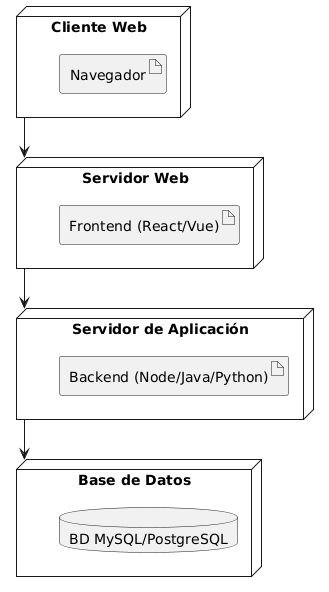
Earlier version of the PlantUML export Producto/Diagramas/Diagrama_despliegue.png (Inaryuta/Proyecto-Final-FIS). Source of this version:
```plantuml
@startuml
node "Cliente Web" {
    artifact "Navegador"
}

node "Servidor Web" {
    artifact "Frontend (React/Vue)"
}

node "Servidor de Aplicación" {
    artifact "Backend (Node/Java/Python)"
}

node "Base de Datos" {
    database "BD MySQL/PostgreSQL"
}

"Cliente Web" --> "Servidor Web"
"Servidor Web" --> "Servidor de Aplicación"
"Servidor de Aplicación" --> "Base de Datos"
@enduml
```
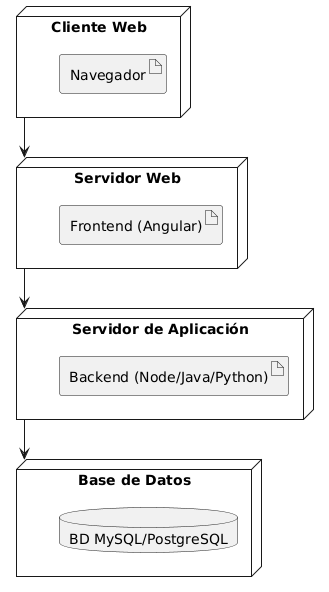
Later version of the same file.

Commit message:
updated deployment diagram

The edit, as a diff of the source:
```diff
@@ -4,7 +4,7 @@
 }
 
 node "Servidor Web" {
-    artifact "Frontend (React/Vue)"
+    artifact "Frontend (Angular)"
 }
 
 node "Servidor de Aplicación" {
```
